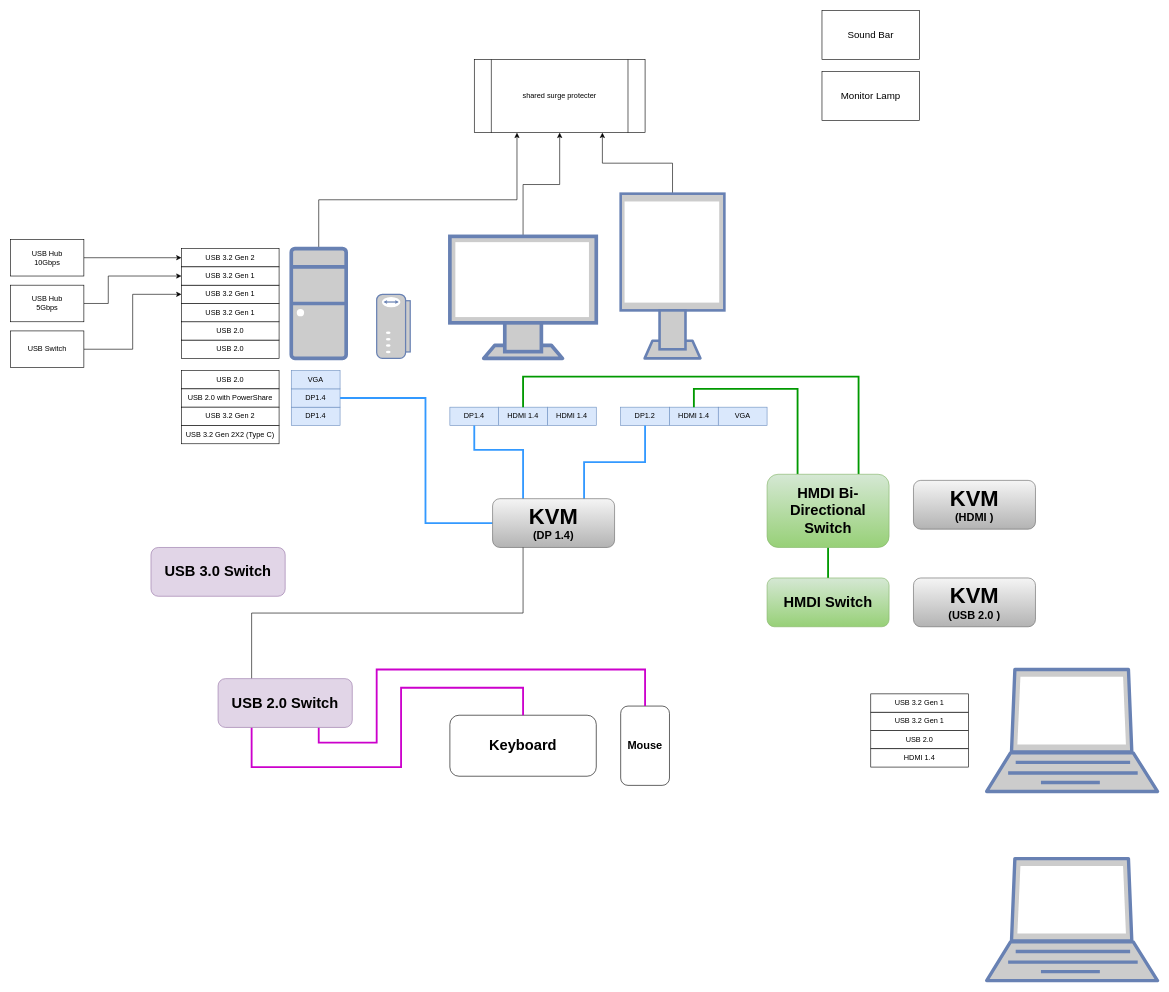
Before: desk_design.drawio in johnseetoh25/draw.io_Gallery, a draw.io diagram. Source tidied: cells renumbered, new cells numbered last; positions are measured from the earlier drawing's top-left corner, leaving out a move shared by most shapes. Both pictures are drawn from the tidied source at 61%, with x=0, y=0 at pixel (10, 10).
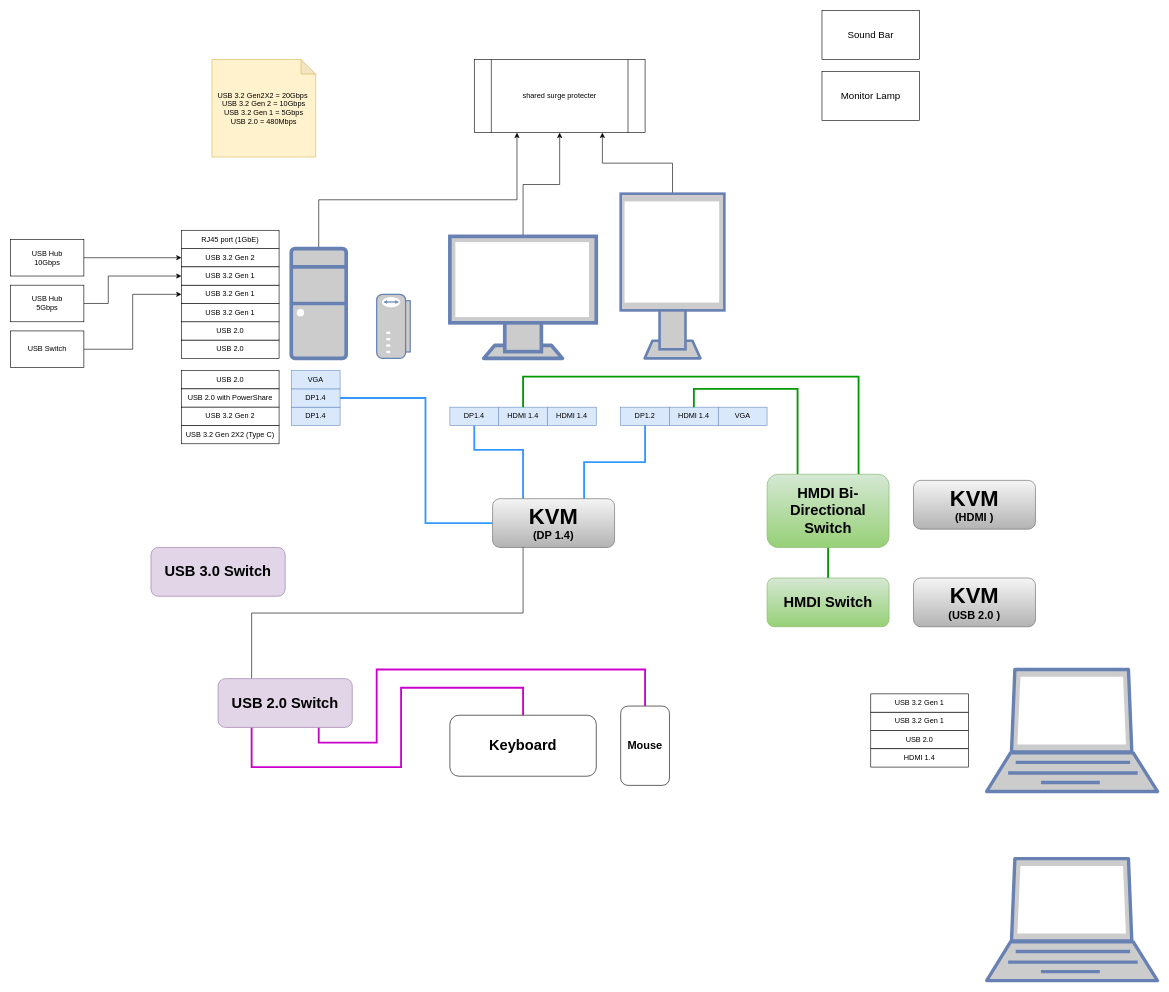
Above is the later version.

What changed in the source:
```diff
@@
+    <mxCell id="61" value="RJ45 port (1GbE)" style="rounded=0;whiteSpace=wrap;html=1;" parent="1" vertex="1">
+      <mxGeometry x="280" y="360" width="160" height="30" as="geometry" />
+    </mxCell>
+    <mxCell id="62" value="USB 3.2 Gen2X2 = 20Gbps&amp;nbsp;&lt;div&gt;USB 3.2 Gen 2 = 10Gbps&lt;/div&gt;&lt;div&gt;USB 3.2 Gen 1 = 5Gbps&lt;/div&gt;&lt;div&gt;USB 2.0 = 480Mbps&lt;/div&gt;" style="shape=note;whiteSpace=wrap;html=1;backgroundOutline=1;darkOpacity=0.05;fillColor=#fff2cc;strokeColor=#d6b656;size=24;" parent="1" vertex="1">
+      <mxGeometry x="330" y="80" width="170" height="160" as="geometry" />
+    </mxCell>
```
